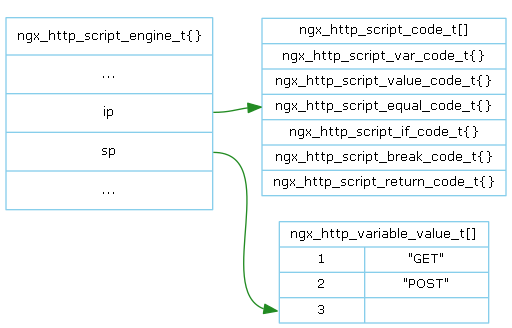
Before: doc/Graph/http_variable/http_engine_evaluate2.png, a diagram exported from Graphviz (lingjf/nginx_analyse). Its source is kept beside it as doc/Graph/http_variable/http_engine_evaluate2.gv. Its diagram source:
```dot
digraph ngx_http_engine_evaluate2 {

   rankdir=LR;
   node [shape=record, color=skyblue, fontname="Verdana", fontsize=10];
   edge [color=forestgreen, fontname="Verdana", fontsize=10];




   ngx_http_script_engine_t [label="<head>ngx_http_script_engine_t\{\}|...|<ip>ip|<sp>sp|...", height=2];
   ngx_http_script_code_t [label="<head>ngx_http_script_code_t\[\]|<n1>ngx_http_script_var_code_t\{\}|<n2>ngx_http_script_value_code_t\{\}|<n3>ngx_http_script_equal_code_t\{\}|<n4>ngx_http_script_if_code_t\{\}|<n5>ngx_http_script_break_code_t\{\}|<n6>ngx_http_script_return_code_t\{\}"];

   ngx_http_script_engine_t:head:ne -> ngx_http_script_code_t:head:nw [weight=9, color=none];


   ngx_http_script_engine_t:ip -> ngx_http_script_code_t:n3;

   ngx_http_variable_value_t [label="<head>ngx_http_variable_value_t\[\]|{{<n1>1|<n2>2|<n3>3}|{\"GET\"|\"POST\"|}}"];

   ngx_http_script_engine_t:sp -> ngx_http_variable_value_t:n3;

}
```
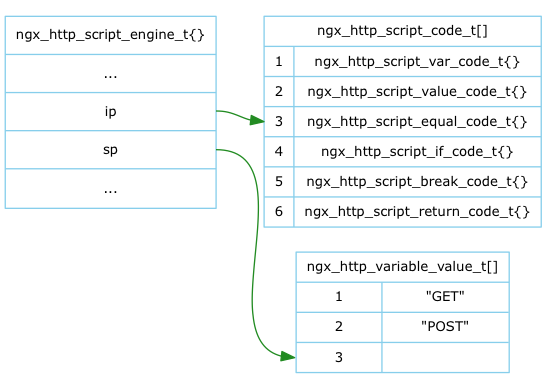
The same diagram one commit later.

The edit, as a diff of the source:
```diff
@@ -8,7 +8,7 @@
 
 
    ngx_http_script_engine_t [label="<head>ngx_http_script_engine_t\{\}|...|<ip>ip|<sp>sp|...", height=2];
-   ngx_http_script_code_t [label="<head>ngx_http_script_code_t\[\]|<n1>ngx_http_script_var_code_t\{\}|<n2>ngx_http_script_value_code_t\{\}|<n3>ngx_http_script_equal_code_t\{\}|<n4>ngx_http_script_if_code_t\{\}|<n5>ngx_http_script_break_code_t\{\}|<n6>ngx_http_script_return_code_t\{\}"];
+   ngx_http_script_code_t [label="<head>ngx_http_script_code_t\[\]|{{<n1>1|<n2>2|<n3>3|<n4>4|<n5>5|<n6>6}|{ngx_http_script_var_code_t\{\}|ngx_http_script_value_code_t\{\}|ngx_http_script_equal_code_t\{\}|ngx_http_script_if_code_t\{\}|ngx_http_script_break_code_t\{\}|ngx_http_script_return_code_t\{\}}}"];
 
    ngx_http_script_engine_t:head:ne -> ngx_http_script_code_t:head:nw [weight=9, color=none];
 
```
